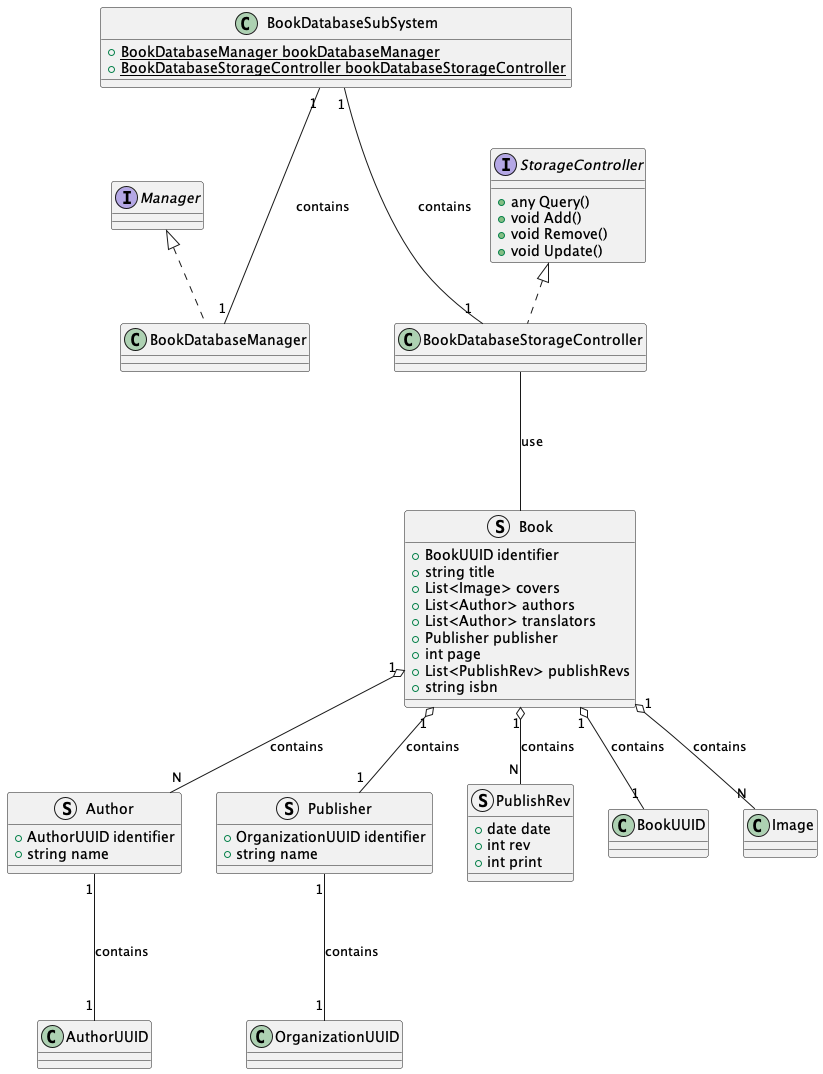
Earlier version of the PlantUML export rendered/BookDatabase.png (ShapeLayer/se-lecture-task__project-structure-definitions).
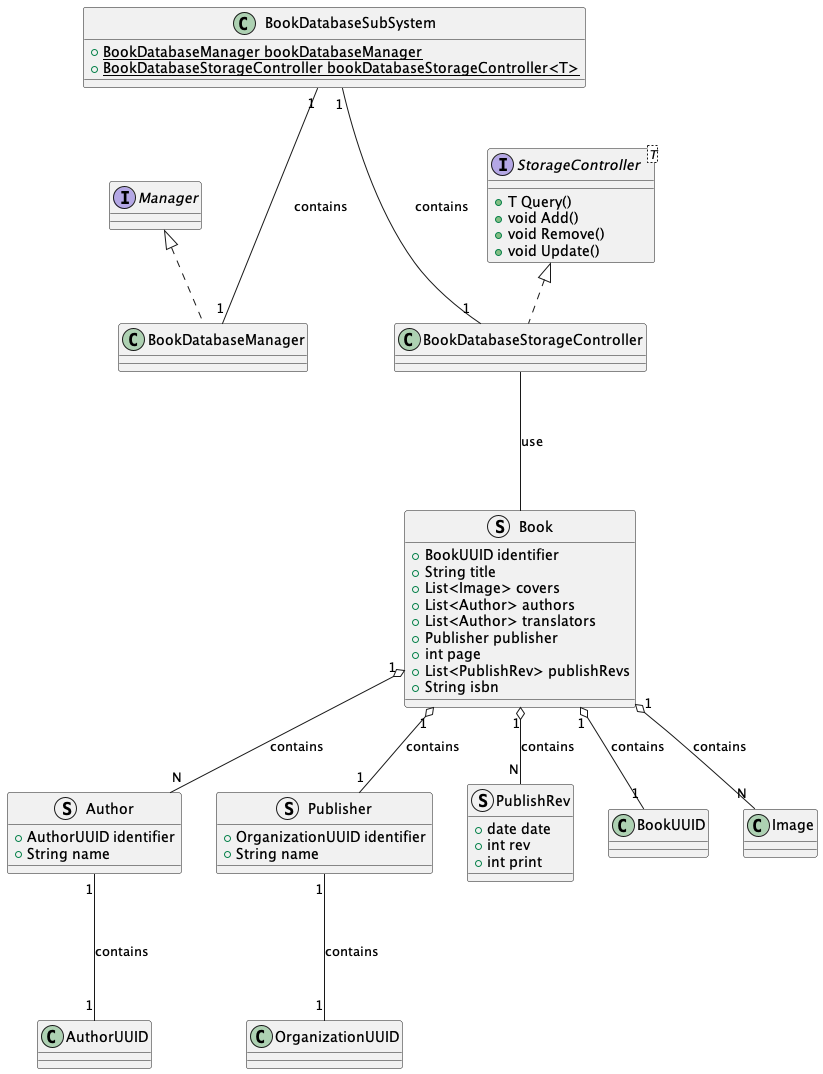
After the change.

What changed in the source:
```diff
@@ -1,7 +1,7 @@
 @startuml
 Interface Manager
-Interface StorageController {
-    + any Query()
+Interface StorageController<T> {
+    + T Query()
     + void Add()
     + void Remove()
     + void Update()
@@ -9,13 +9,13 @@
 
 struct Author {
     + AuthorUUID identifier
-    + string name
+    + String name
 }
 Author "1" --- "1" AuthorUUID : contains
 
 struct Publisher {
     + OrganizationUUID identifier
-    + string name
+    + String name
 }
 Publisher "1" --- "1" OrganizationUUID : contains
 
@@ -27,14 +27,14 @@
 
 struct Book {
     + BookUUID identifier
-    + string title
+    + String title
     + List<Image> covers
     + List<Author> authors
     + List<Author> translators
     + Publisher publisher
     + int page
     + List<PublishRev> publishRevs
-    + string isbn
+    + String isbn
 }
 Book "1" o-- "1" BookUUID : contains
 Book "1" o-- "N" Image : contains
@@ -50,7 +50,7 @@
 
 class BookDatabaseSubSystem {
     + {static} BookDatabaseManager bookDatabaseManager
-    + {static} BookDatabaseStorageController bookDatabaseStorageController
+    + {static} BookDatabaseStorageController bookDatabaseStorageController<T>
 }
 
 BookDatabaseSubSystem "1" --- "1" BookDatabaseManager : contains
```
